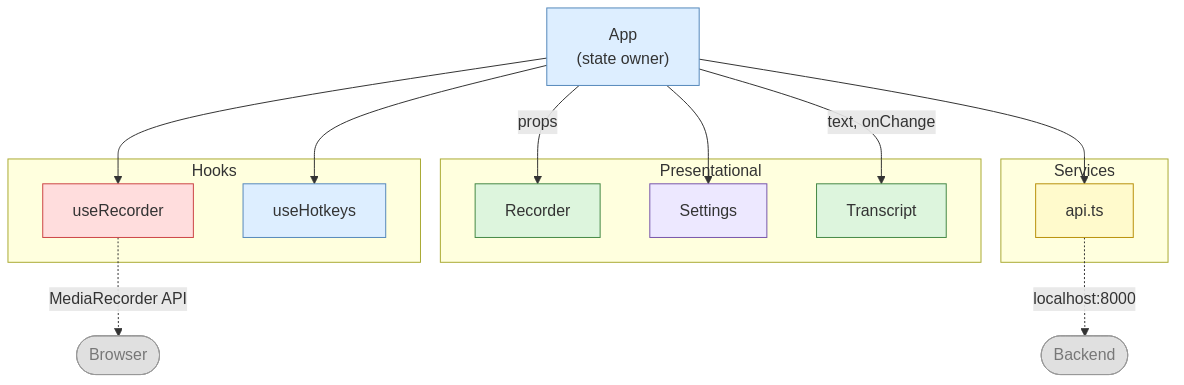
Before: docs/v2/presentation/images/component-architecture.png, a diagram exported from Mermaid (JohnYanez95/voice-scribe). Its source is kept beside it as docs/diagrams/component-architecture.mmd.
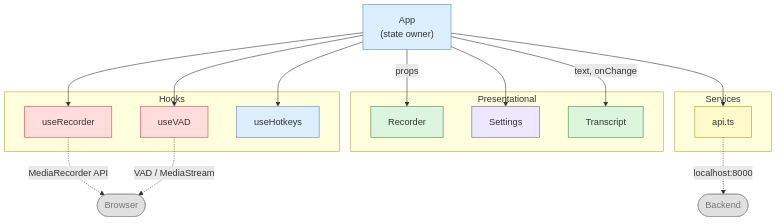
Later version of the same file.

Change to the diagram source:
```diff
@@ -3,6 +3,7 @@
 
     subgraph Hooks ["Hooks"]
         useRecorder["useRecorder"]
+        useVAD["useVAD"]
         useHotkeys["useHotkeys"]
     end
 
@@ -17,6 +18,7 @@
     end
 
     App --> useRecorder
+    App --> useVAD
     App --> useHotkeys
     App -->|"props"| Recorder
     App --> Settings
@@ -24,10 +26,12 @@
     App --> api
 
     useRecorder -.->|"MediaRecorder API"| mic(["Browser"])
+    useVAD -.->|"VAD / MediaStream"| mic
     api -.->|"localhost:8000"| backend(["Backend"])
 
     style App         fill:#ddeeff,stroke:#5588bb,color:#333
     style useRecorder fill:#ffdddd,stroke:#cc4444,color:#333
+    style useVAD      fill:#ffdddd,stroke:#cc4444,color:#333
     style useHotkeys  fill:#ddeeff,stroke:#5588bb,color:#333
     style Recorder    fill:#ddf5dd,stroke:#448844,color:#333
     style Settings    fill:#ede8ff,stroke:#7755aa,color:#333
```
